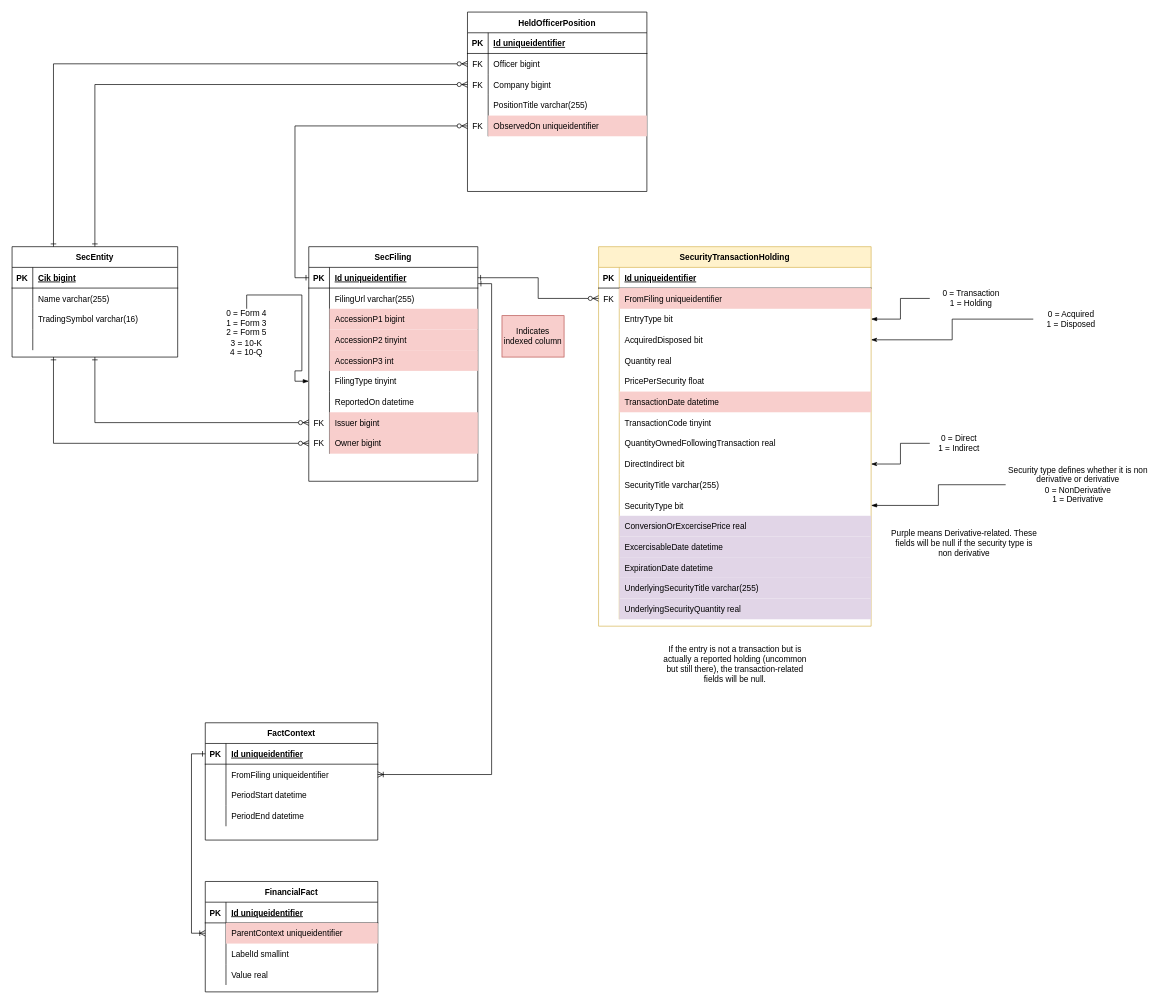
TimHanewich/Aletheia-Engine-Library keeps this draw.io diagram as page "Filing-Derived" (1 of 3) of AletheiaErd.drawio. Above is the earlier version. Source tidied: cells renumbered, new cells numbered last; positions are measured from the earlier drawing's top-left corner, leaving out a move shared by most shapes. Both pictures are drawn from the tidied source at 69%, with x=0, y=0 at pixel (12, 12).
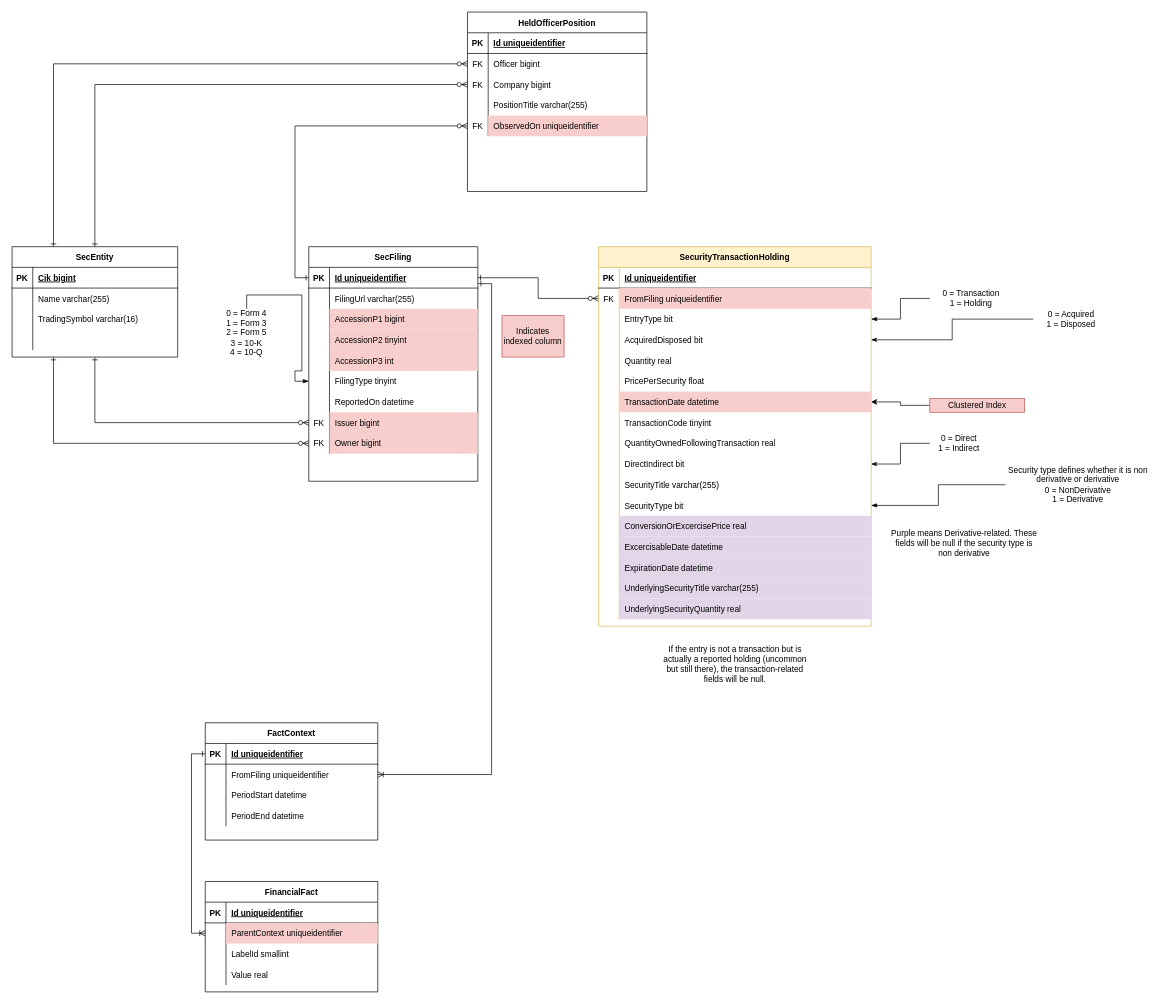
The same page after the edit.

Commit message:
Clustered TransactionDate

Unchanged cells that the change refers to:
```xml
<mxCell id="34" style="shape=partialRectangle;fillColor=none;top=0;left=0;bottom=0;right=0;points=[[0,0.5],[1,0.5]];portConstraint=eastwest;" parent="15" vertex="1">
  <mxGeometry y="210" width="395" height="30" as="geometry" />
</mxCell>
```

Change to the diagram source:
```diff
@@
+    <mxCell id="158" style="edgeStyle=orthogonalEdgeStyle;rounded=0;jettySize=auto;html=1;exitX=0;exitY=0.5;exitDx=0;exitDy=0;entryX=1;entryY=0.5;entryDx=0;entryDy=0;" parent="1" edge="1" source="159" target="34">
+      <mxGeometry relative="1" as="geometry" />
+    </mxCell>
+    <mxCell id="159" value="Clustered Index" style="text;html=1;strokeColor=#b85450;fillColor=#f8cecc;align=center;verticalAlign=middle;whiteSpace=wrap;rounded=0;" parent="1" vertex="1">
+      <mxGeometry x="1330" y="560" width="137.5" height="20" as="geometry" />
+    </mxCell>
```
